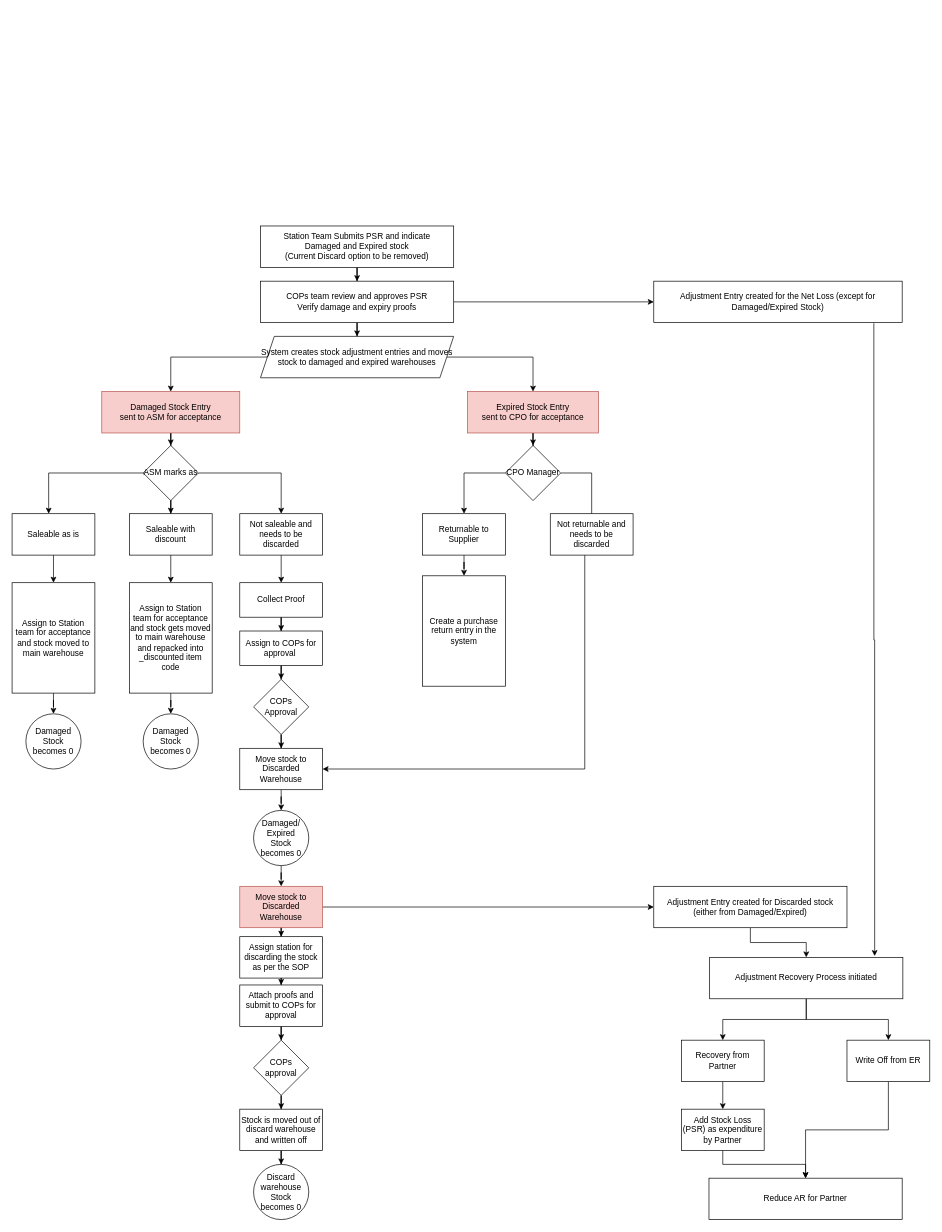
Above: Untitled Diagram.drawio in sachinhub/draw.io (draw.io), before the change. Source tidied: cells renumbered, new cells numbered last; positions are measured from the earlier drawing's top-left corner, leaving out a move shared by most shapes. Both pictures are drawn from the tidied source at 69%, with x=0, y=0 at pixel (12, 226).
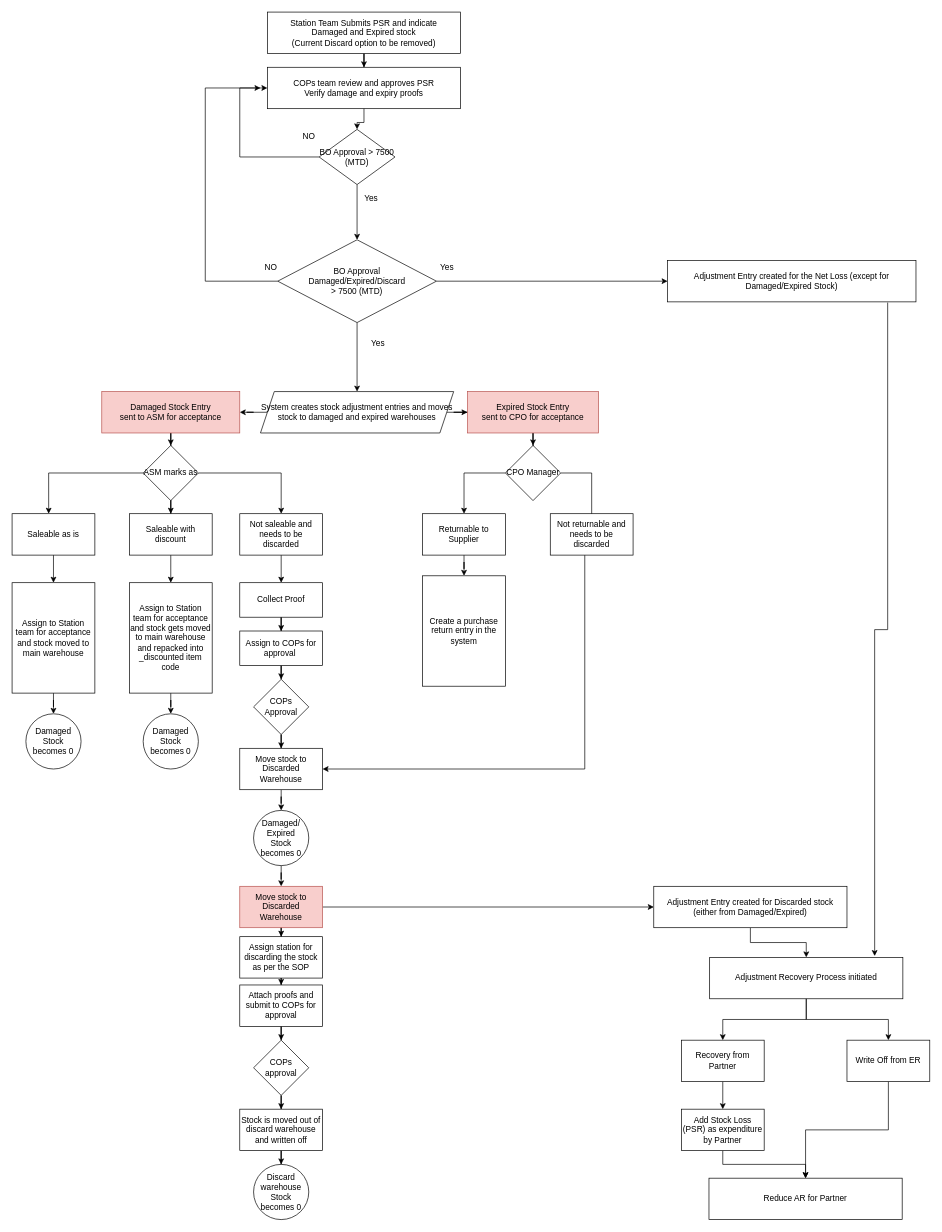
After the change.

Diff of the diagram source:
```diff
@@
     <mxCell id="3" value="Station Team Submits PSR and indicate&lt;br&gt;Damaged and Expired stock&lt;br&gt;(Current Discard option to be removed)" style="rounded=0;whiteSpace=wrap;html=1;" parent="1" vertex="1">
-      <mxGeometry x="360" width="280" height="60" as="geometry" />
+      <mxGeometry x="370" y="-310" width="280" height="60" as="geometry" />
     </mxCell>
-    <mxCell id="4" style="edgeStyle=orthogonalEdgeStyle;rounded=0;jettySize=auto;html=1;" parent="1" edge="1" source="6" target="9">
+    <mxCell id="4" style="edgeStyle=orthogonalEdgeStyle;rounded=0;jettySize=auto;html=1;" parent="1" edge="1" source="80" target="9">
       <mxGeometry relative="1" as="geometry" />
     </mxCell>
-    <mxCell id="5" style="edgeStyle=orthogonalEdgeStyle;rounded=0;jettySize=auto;html=1;" parent="1" edge="1" source="6" target="61">
+    <mxCell id="5" style="edgeStyle=orthogonalEdgeStyle;rounded=0;jettySize=auto;html=1;exitX=1;exitY=0.5;exitDx=0;exitDy=0;entryX=0;entryY=0.5;entryDx=0;entryDy=0;" parent="1" edge="1" source="80" target="61">
       <mxGeometry relative="1" as="geometry" />
     </mxCell>
     <mxCell id="6" value="COPs team review and approves PSR&lt;br&gt;Verify damage and expiry proofs" style="whiteSpace=wrap;html=1;rounded=0;" parent="1" vertex="1">
-      <mxGeometry x="360" y="80" width="280" height="60" as="geometry" />
+      <mxGeometry x="370" y="-230" width="280" height="60" as="geometry" />
     </mxCell>
@@
     <mxCell id="9" value="System creates stock adjustment entries and moves stock to damaged and expired warehouses" style="shape=parallelogram;perimeter=parallelogramPerimeter;whiteSpace=wrap;html=1;fixedSize=1;rounded=0;" parent="1" vertex="1">
-      <mxGeometry x="360" y="160" width="280" height="60" as="geometry" />
+      <mxGeometry x="360" y="240" width="280" height="60" as="geometry" />
     </mxCell>
@@
     <mxCell id="61" value="Adjustment Entry created for the Net Loss (except for Damaged/Expired Stock)" style="whiteSpace=wrap;html=1;rounded=0;" parent="1" vertex="1">
-      <mxGeometry x="930" y="80" width="360" height="60" as="geometry" />
+      <mxGeometry x="950" y="50" width="360" height="60" as="geometry" />
     </mxCell>
@@
+    <mxCell id="74" style="edgeStyle=orthogonalEdgeStyle;rounded=0;jettySize=auto;html=1;entryX=0.5;entryY=0;entryDx=0;entryDy=0;" parent="1" edge="1" source="75" target="80">
+      <mxGeometry relative="1" as="geometry" />
+    </mxCell>
+    <mxCell id="75" value="BO Approval &amp;gt; 7500 (MTD)" style="rhombus;whiteSpace=wrap;html=1;" parent="1" vertex="1">
+      <mxGeometry x="445" y="-140" width="110" height="80" as="geometry" />
+    </mxCell>
+    <mxCell id="76" style="edgeStyle=orthogonalEdgeStyle;rounded=0;jettySize=auto;html=1;" parent="1" edge="1" source="6" target="75">
+      <mxGeometry relative="1" as="geometry" />
+    </mxCell>
+    <mxCell id="77" value="Yes" style="text;html=1;align=center;verticalAlign=middle;fillColor=none;strokeColor=none;rounded=0;" parent="1" vertex="1">
+      <mxGeometry x="610" y="50" width="40" height="20" as="geometry" />
+    </mxCell>
+    <mxCell id="78" style="edgeStyle=orthogonalEdgeStyle;rounded=0;jettySize=auto;html=1;exitX=0;exitY=0.5;exitDx=0;exitDy=0;entryX=0;entryY=0.5;entryDx=0;entryDy=0;" parent="1" edge="1" source="75" target="6">
+      <mxGeometry relative="1" as="geometry">
+        <Array as="points">
+          <mxPoint x="330" y="-100" />
+          <mxPoint x="330" y="-200" />
+        </Array>
+      </mxGeometry>
+    </mxCell>
+    <mxCell id="79" value="NO" style="text;html=1;align=center;verticalAlign=middle;fillColor=none;strokeColor=none;rounded=0;" parent="1" vertex="1">
+      <mxGeometry x="415" y="-140" width="30" height="20" as="geometry" />
+    </mxCell>
+    <mxCell id="80" value="BO Approval &lt;br&gt;Damaged/Expired/Discard&lt;br&gt;&amp;gt; 7500 (MTD)" style="rhombus;whiteSpace=wrap;html=1;" parent="1" vertex="1">
+      <mxGeometry x="385" y="20" width="230" height="120" as="geometry" />
+    </mxCell>
+    <mxCell id="81" style="edgeStyle=orthogonalEdgeStyle;rounded=0;jettySize=auto;html=1;exitX=0;exitY=0.5;exitDx=0;exitDy=0;" parent="1" edge="1" source="80">
+      <mxGeometry relative="1" as="geometry">
+        <mxPoint x="360" y="-200" as="targetPoint" />
+        <Array as="points">
+          <mxPoint x="280" y="80" />
+          <mxPoint x="280" y="-200" />
+        </Array>
+      </mxGeometry>
+    </mxCell>
+    <mxCell id="82" value="Yes" style="text;html=1;align=center;verticalAlign=middle;fillColor=none;strokeColor=none;rounded=0;" parent="1" vertex="1">
+      <mxGeometry x="510" y="160" width="40" height="20" as="geometry" />
+    </mxCell>
+    <mxCell id="83" value="NO" style="text;html=1;align=center;verticalAlign=middle;fillColor=none;strokeColor=none;rounded=0;" parent="1" vertex="1">
+      <mxGeometry x="360" y="50" width="30" height="20" as="geometry" />
+    </mxCell>
+    <mxCell id="84" value="Yes" style="text;html=1;align=center;verticalAlign=middle;fillColor=none;strokeColor=none;rounded=0;" parent="1" vertex="1">
+      <mxGeometry x="500" y="-50" width="40" height="20" as="geometry" />
+    </mxCell>
```
